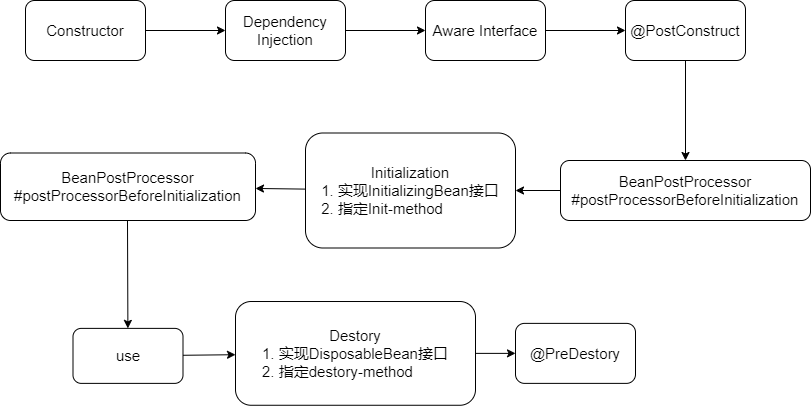
Above: docs/src/public/img/bean-lifecycle.drawio.png in Alex-RST/notes (draw.io), before the change. Source tidied: cells renumbered, new cells last; positions are measured from the earlier drawing's top-left corner, leaving out a move shared by most shapes.
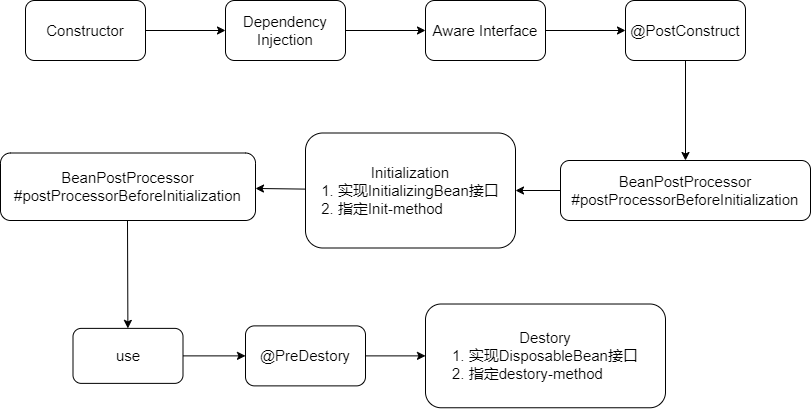
The same file after the commit.

Commit message:
Bean生命周期图

The edit, as a diff of the source:
```diff
@@ -32,20 +32,20 @@
     <mxCell id="11" value="Initialization&lt;br&gt;&lt;div style=&quot;text-align: left;&quot;&gt;&lt;span style=&quot;&quot;&gt;1. 实现InitializingBean接口&lt;/span&gt;&lt;/div&gt;&lt;div style=&quot;text-align: left;&quot;&gt;&lt;span style=&quot;&quot;&gt;2. 指定Init-method&lt;/span&gt;&lt;/div&gt;" style="whiteSpace=wrap;html=1;fontSize=15;rounded=1;fontStyle=0;labelBackgroundColor=none;labelBorderColor=none;" parent="1" vertex="1">
       <mxGeometry x="305" y="132.5" width="210" height="115" as="geometry" />
     </mxCell>
-    <mxCell id="12" style="edgeStyle=none;html=1;fontSize=15;" parent="1" edge="1" source="13" target="15">
-      <mxGeometry relative="1" as="geometry" />
-    </mxCell>
+    <mxCell id="21" style="edgeStyle=none;html=1;" parent="1" edge="1" source="13" target="16">
+      <mxGeometry relative="1" as="geometry" />
+    </mxCell>
     <mxCell id="13" value="use" style="whiteSpace=wrap;html=1;fontSize=15;rounded=1;fontStyle=0;labelBackgroundColor=none;labelBorderColor=none;" parent="1" vertex="1">
       <mxGeometry x="72.5" y="327.9" width="110" height="55" as="geometry" />
     </mxCell>
-    <mxCell id="14" style="edgeStyle=none;html=1;fontSize=15;" parent="1" edge="1" source="15" target="16">
-      <mxGeometry relative="1" as="geometry" />
-    </mxCell>
     <mxCell id="15" value="Destory&lt;br&gt;&lt;div style=&quot;text-align: left;&quot;&gt;&lt;span style=&quot;background-color: initial;&quot;&gt;1. 实现DisposableBean接口&lt;/span&gt;&lt;/div&gt;&lt;div style=&quot;text-align: left;&quot;&gt;&lt;span style=&quot;background-color: initial;&quot;&gt;2. 指定destory-method&lt;/span&gt;&lt;/div&gt;" style="whiteSpace=wrap;html=1;fontSize=15;rounded=1;fontStyle=0;labelBackgroundColor=none;labelBorderColor=none;" parent="1" vertex="1">
-      <mxGeometry x="235" y="301" width="240" height="103.8" as="geometry" />
+      <mxGeometry x="425" y="303.5" width="240" height="103.8" as="geometry" />
     </mxCell>
+    <mxCell id="22" style="edgeStyle=none;html=1;" parent="1" edge="1" source="16" target="15">
+      <mxGeometry relative="1" as="geometry" />
+    </mxCell>
     <mxCell id="16" value="@PreDestory" style="whiteSpace=wrap;html=1;fontSize=15;rounded=1;fontStyle=0;labelBackgroundColor=none;labelBorderColor=none;direction=east;" parent="1" vertex="1">
-      <mxGeometry x="515" y="322.9" width="120" height="60" as="geometry" />
+      <mxGeometry x="245" y="325.4" width="120" height="60" as="geometry" />
     </mxCell>
     <mxCell id="17" style="edgeStyle=none;html=1;" parent="1" edge="1" source="18" target="11">
       <mxGeometry relative="1" as="geometry" />
```
